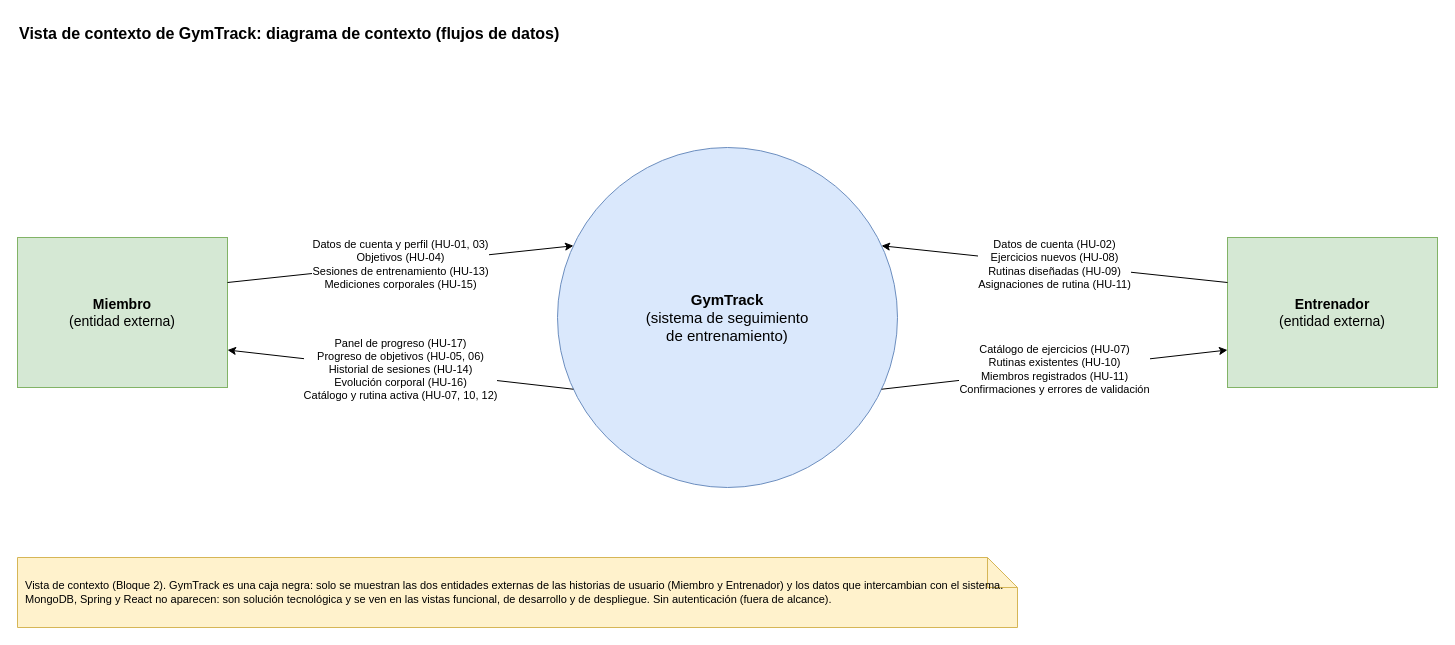
Above: diagramas/editables/1-contexto.drawio in brayanckr/gymtrack (draw.io), before the change. Source tidied: cells renumbered, new cells numbered last; positions are measured from the earlier drawing's top-left corner, leaving out a move shared by most shapes. Both pictures are drawn from the tidied source at 100%, with x=0, y=0 at pixel (17, 17).
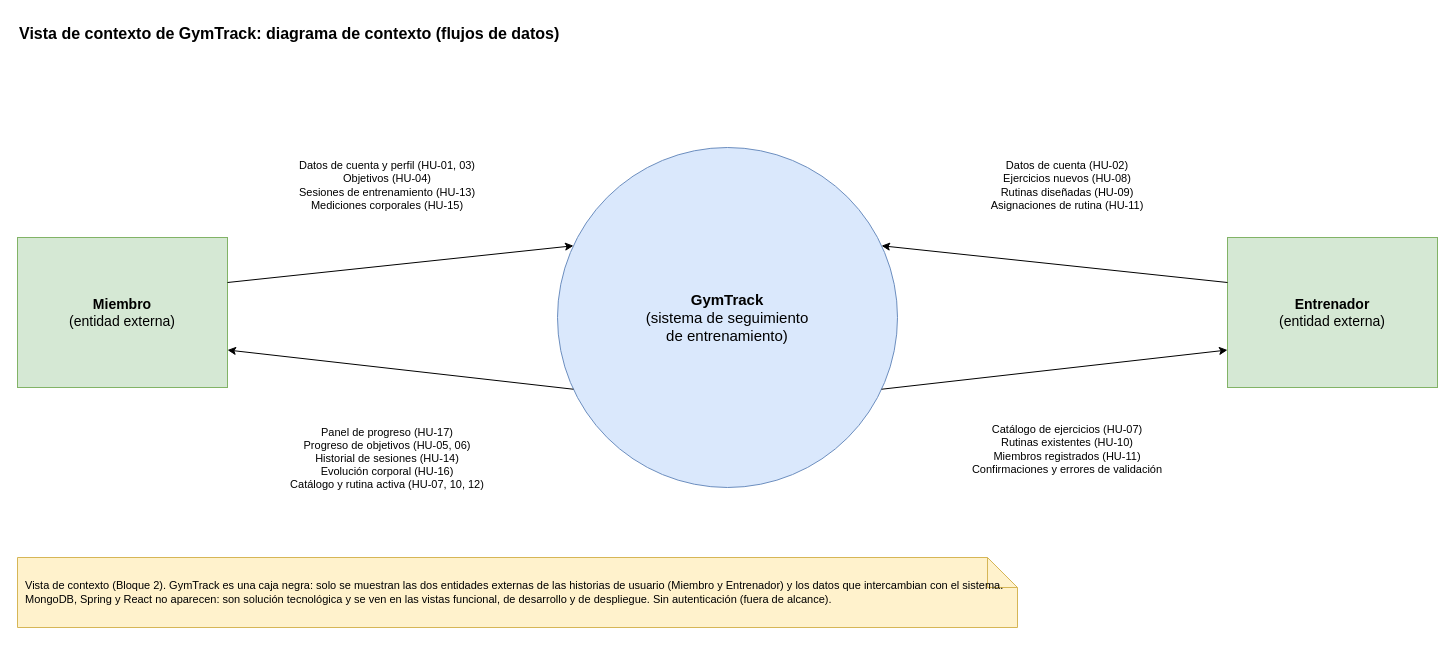
The same diagram, later.

What changed in the source:
```diff
@@
 <mxGraphModel>
   <root>
     <mxCell id="0" />
     <mxCell id="1" parent="0" />
     <mxCell id="2" value="Vista de contexto de GymTrack: diagrama de contexto (flujos de datos)" style="text;html=1;fontSize=16;fontStyle=1;align=left;" parent="1" vertex="1">
       <mxGeometry width="900" height="26" as="geometry" />
     </mxCell>
     <mxCell id="3" value="&lt;b&gt;Miembro&lt;/b&gt;&lt;br&gt;(entidad externa)" style="rounded=0;whiteSpace=wrap;html=1;fontSize=14;fillColor=#D5E8D4;strokeColor=#82B366;" parent="1" vertex="1">
       <mxGeometry y="220" width="210" height="150" as="geometry" />
     </mxCell>
     <mxCell id="4" value="&lt;b&gt;Entrenador&lt;/b&gt;&lt;br&gt;(entidad externa)" style="rounded=0;whiteSpace=wrap;html=1;fontSize=14;fillColor=#D5E8D4;strokeColor=#82B366;" parent="1" vertex="1">
       <mxGeometry x="1210" y="220" width="210" height="150" as="geometry" />
     </mxCell>
     <mxCell id="5" value="&lt;b&gt;GymTrack&lt;/b&gt;&lt;br&gt;(sistema de seguimiento&lt;br&gt;de entrenamiento)" style="ellipse;whiteSpace=wrap;html=1;fontSize=15;fillColor=#DAE8FC;strokeColor=#6C8EBF;" parent="1" vertex="1">
       <mxGeometry x="540" y="130" width="340" height="340" as="geometry" />
     </mxCell>
-    <mxCell id="6" value="Datos de cuenta y perfil (HU-01, 03)&lt;br&gt;Objetivos (HU-04)&lt;br&gt;Sesiones de entrenamiento (HU-13)&lt;br&gt;Mediciones corporales (HU-15)" style="endArrow=classic;html=1;edgeStyle=none;fontSize=11;labelBackgroundColor=#FFFFFF;exitPerimeter=0;entryPerimeter=0;exitX=1;exitY=0.3;entryX=0.047;entryY=0.289;" parent="1" edge="1" source="3" target="5">
+    <mxCell id="6" style="endArrow=classic;html=1;edgeStyle=none;exitPerimeter=0;entryPerimeter=0;exitX=1;exitY=0.3;entryX=0.047;entryY=0.289;" parent="1" edge="1" source="3" target="5">
       <mxGeometry relative="1" as="geometry" />
     </mxCell>
-    <mxCell id="7" value="Panel de progreso (HU-17)&lt;br&gt;Progreso de objetivos (HU-05, 06)&lt;br&gt;Historial de sesiones (HU-14)&lt;br&gt;Evolución corporal (HU-16)&lt;br&gt;Catálogo y rutina activa (HU-07, 10, 12)" style="endArrow=classic;html=1;edgeStyle=none;fontSize=11;labelBackgroundColor=#FFFFFF;exitPerimeter=0;entryPerimeter=0;exitX=0.047;exitY=0.711;entryX=1;entryY=0.75;" parent="1" edge="1" source="5" target="3">
+    <mxCell id="7" style="endArrow=classic;html=1;edgeStyle=none;exitPerimeter=0;entryPerimeter=0;exitX=0.047;exitY=0.711;entryX=1;entryY=0.75;" parent="1" edge="1" source="5" target="3">
       <mxGeometry relative="1" as="geometry" />
     </mxCell>
-    <mxCell id="8" value="Datos de cuenta (HU-02)&lt;br&gt;Ejercicios nuevos (HU-08)&lt;br&gt;Rutinas diseñadas (HU-09)&lt;br&gt;Asignaciones de rutina (HU-11)" style="endArrow=classic;html=1;edgeStyle=none;fontSize=11;labelBackgroundColor=#FFFFFF;exitPerimeter=0;entryPerimeter=0;exitX=0;exitY=0.3;entryX=0.953;entryY=0.289;" parent="1" edge="1" source="4" target="5">
+    <mxCell id="8" style="endArrow=classic;html=1;edgeStyle=none;exitPerimeter=0;entryPerimeter=0;exitX=0;exitY=0.3;entryX=0.953;entryY=0.289;" parent="1" edge="1" source="4" target="5">
       <mxGeometry relative="1" as="geometry" />
     </mxCell>
-    <mxCell id="9" value="Catálogo de ejercicios (HU-07)&lt;br&gt;Rutinas existentes (HU-10)&lt;br&gt;Miembros registrados (HU-11)&lt;br&gt;Confirmaciones y errores de validación" style="endArrow=classic;html=1;edgeStyle=none;fontSize=11;labelBackgroundColor=#FFFFFF;exitPerimeter=0;entryPerimeter=0;exitX=0.953;exitY=0.711;entryX=0;entryY=0.75;" parent="1" edge="1" source="5" target="4">
+    <mxCell id="9" style="endArrow=classic;html=1;edgeStyle=none;exitPerimeter=0;entryPerimeter=0;exitX=0.953;exitY=0.711;entryX=0;entryY=0.75;" parent="1" edge="1" source="5" target="4">
       <mxGeometry relative="1" as="geometry" />
     </mxCell>
-    <mxCell id="10" value="Vista de contexto (Bloque 2). GymTrack es una caja negra: solo se muestran las dos entidades externas de las historias de usuario (Miembro y Entrenador) y los datos que intercambian con el sistema. MongoDB, Spring y React no aparecen: son solución tecnológica y se ven en las vistas funcional, de desarrollo y de despliegue. Sin autenticación (fuera de alcance)." style="shape=note;whiteSpace=wrap;html=1;align=left;spacing=8;fontSize=11;fillColor=#FFF2CC;strokeColor=#D6B656;" parent="1" vertex="1">
-      <mxGeometry y="540" width="1000" height="70" as="geometry" />
+    <mxCell id="10" value="Datos de cuenta y perfil (HU-01, 03)&lt;br&gt;Objetivos (HU-04)&lt;br&gt;Sesiones de entrenamiento (HU-13)&lt;br&gt;Mediciones corporales (HU-15)" style="text;html=1;fontSize=11;align=center;verticalAlign=middle;whiteSpace=wrap;" parent="1" vertex="1">
+      <mxGeometry x="220" y="132" width="300" height="72" as="geometry" />
     </mxCell>
+    <mxCell id="11" value="Panel de progreso (HU-17)&lt;br&gt;Progreso de objetivos (HU-05, 06)&lt;br&gt;Historial de sesiones (HU-14)&lt;br&gt;Evolución corporal (HU-16)&lt;br&gt;Catálogo y rutina activa (HU-07, 10, 12)" style="text;html=1;fontSize=11;align=center;verticalAlign=middle;whiteSpace=wrap;" parent="1" vertex="1">
+      <mxGeometry x="220" y="396" width="300" height="90" as="geometry" />
+    </mxCell>
+    <mxCell id="12" value="Datos de cuenta (HU-02)&lt;br&gt;Ejercicios nuevos (HU-08)&lt;br&gt;Rutinas diseñadas (HU-09)&lt;br&gt;Asignaciones de rutina (HU-11)" style="text;html=1;fontSize=11;align=center;verticalAlign=middle;whiteSpace=wrap;" parent="1" vertex="1">
+      <mxGeometry x="900" y="132" width="300" height="72" as="geometry" />
+    </mxCell>
+    <mxCell id="13" value="Catálogo de ejercicios (HU-07)&lt;br&gt;Rutinas existentes (HU-10)&lt;br&gt;Miembros registrados (HU-11)&lt;br&gt;Confirmaciones y errores de validación" style="text;html=1;fontSize=11;align=center;verticalAlign=middle;whiteSpace=wrap;" parent="1" vertex="1">
+      <mxGeometry x="900" y="396" width="300" height="72" as="geometry" />
+    </mxCell>
+    <mxCell id="14" value="Vista de contexto (Bloque 2). GymTrack es una caja negra: solo se muestran las dos entidades externas de las historias de usuario (Miembro y Entrenador) y los datos que intercambian con el sistema. MongoDB, Spring y React no aparecen: son solución tecnológica y se ven en las vistas funcional, de desarrollo y de despliegue. Sin autenticación (fuera de alcance)." style="shape=note;whiteSpace=wrap;html=1;align=left;spacing=8;fontSize=11;fillColor=#FFF2CC;strokeColor=#D6B656;" parent="1" vertex="1">
+      <mxGeometry y="540" width="1000" height="70" as="geometry" />
+    </mxCell>
   </root>
 </mxGraphModel>
```
